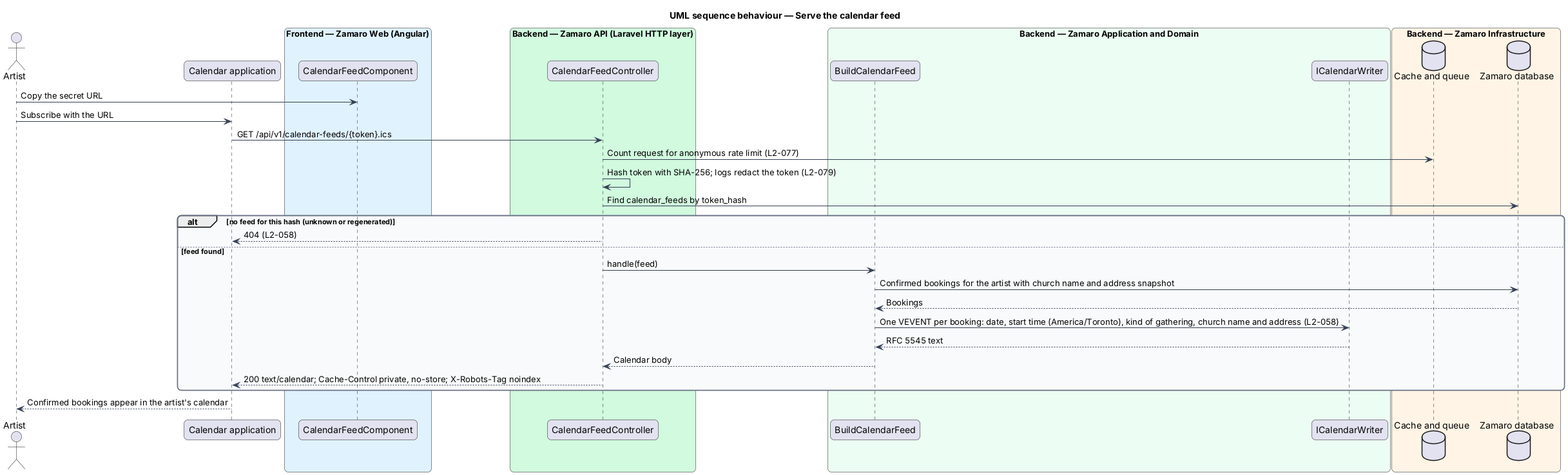
Above: docs/detailed-designs/artist-availability/publish-calendar-feed/diagrams/sequence-serve-feed.png in QuinntyneBrown/zamaro (PlantUML), before the change. Its diagram source:
```plantuml
@startuml
title UML sequence behaviour — Serve the calendar feed
skinparam backgroundColor #FFFFFF
skinparam shadowing false
skinparam roundcorner 12
skinparam defaultFontName Arial
skinparam ArrowColor #344054
skinparam rectangle {
  BorderColor #344054
  FontColor #101828
}
skinparam package {
  BorderColor #667085
  FontColor #101828
  BackgroundColor #F9FAFB
}
actor "Artist" as actor
participant "Calendar application" as calapp
box "Frontend — Zamaro Web (Angular)" #E0F2FE
  participant "CalendarFeedComponent" as comp
end box
box "Backend — Zamaro API (Laravel HTTP layer)" #D1FADF
  participant "CalendarFeedController" as controller
end box
box "Backend — Zamaro Application and Domain" #ECFDF3
  participant "BuildCalendarFeed" as build
  participant "ICalendarWriter" as writer
end box
box "Backend — Zamaro Infrastructure" #FFF4E5
  database "Cache and queue" as cache
  database "Zamaro database" as db
end box

actor -> comp : Copy the secret URL
actor -> calapp : Subscribe with the URL
calapp -> controller : GET /api/v1/calendar-feeds/{token}.ics
controller -> cache : Count request for anonymous rate limit (L2-077)
controller -> controller : Hash token with SHA-256; logs redact the token (L2-079)
controller -> db : Find calendar_feeds by token_hash
alt no feed for this hash (unknown or regenerated)
  controller --> calapp : 404 (L2-058)
else feed found
  controller -> build : handle(feed)
  build -> db : Confirmed bookings for the artist with church name and address snapshot
  db --> build : Bookings
  build -> writer : One VEVENT per booking: date, start time (America/Toronto), kind of gathering, church name and address (L2-058)
  writer --> build : RFC 5545 text
  build --> controller : Calendar body
  controller --> calapp : 200 text/calendar; Cache-Control private, no-store; X-Robots-Tag noindex
end
calapp --> actor : Confirmed bookings appear in the artist's calendar
@enduml
```
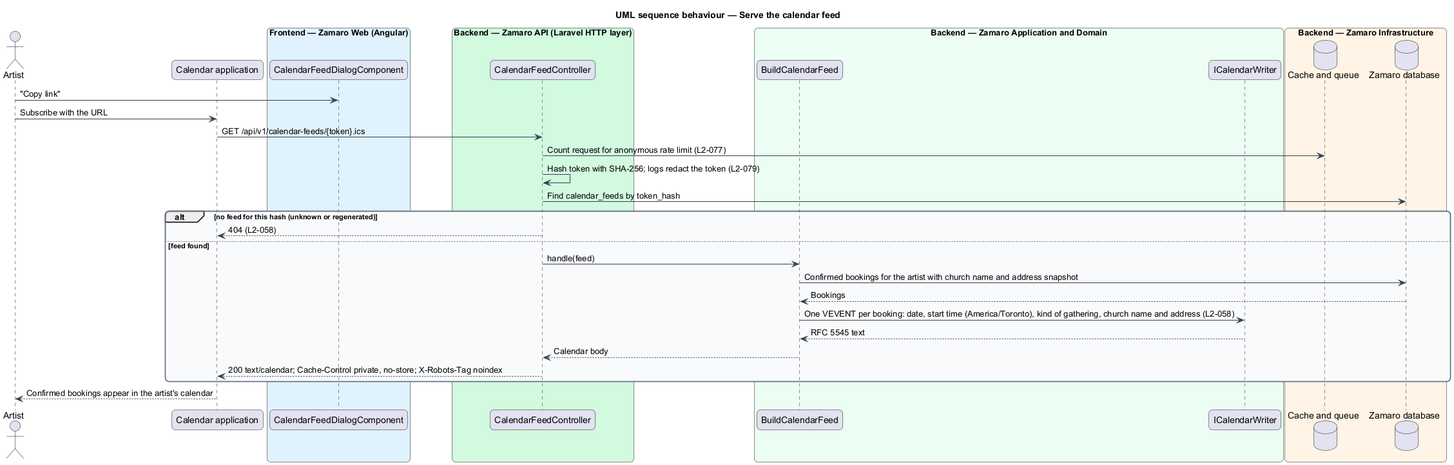
Above is the later version.

Diff of the diagram source:
```diff
@@ -17,7 +17,7 @@
 actor "Artist" as actor
 participant "Calendar application" as calapp
 box "Frontend — Zamaro Web (Angular)" #E0F2FE
-  participant "CalendarFeedComponent" as comp
+  participant "CalendarFeedDialogComponent" as comp
 end box
 box "Backend — Zamaro API (Laravel HTTP layer)" #D1FADF
   participant "CalendarFeedController" as controller
@@ -31,7 +31,7 @@
   database "Zamaro database" as db
 end box
 
-actor -> comp : Copy the secret URL
+actor -> comp : "Copy link"
 actor -> calapp : Subscribe with the URL
 calapp -> controller : GET /api/v1/calendar-feeds/{token}.ics
 controller -> cache : Count request for anonymous rate limit (L2-077)
```
